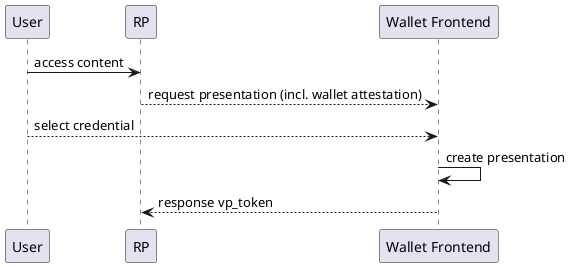
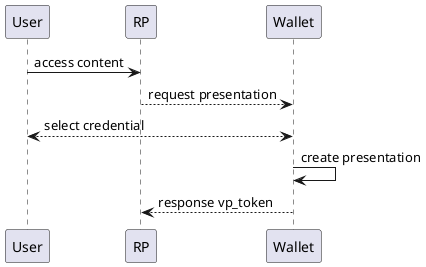
@startuml
participant User as u
participant RP as r
- participant "Wallet Frontend" as w
+ participant "Wallet" as w

u -> r : access content
- r --> w: request presentation (incl. wallet attestation)
- u --> w : select credential
+ r --> w: request presentation
+ u <--> w : select credential
w -> w : create presentation
w --> r : response vp_token

@enduml